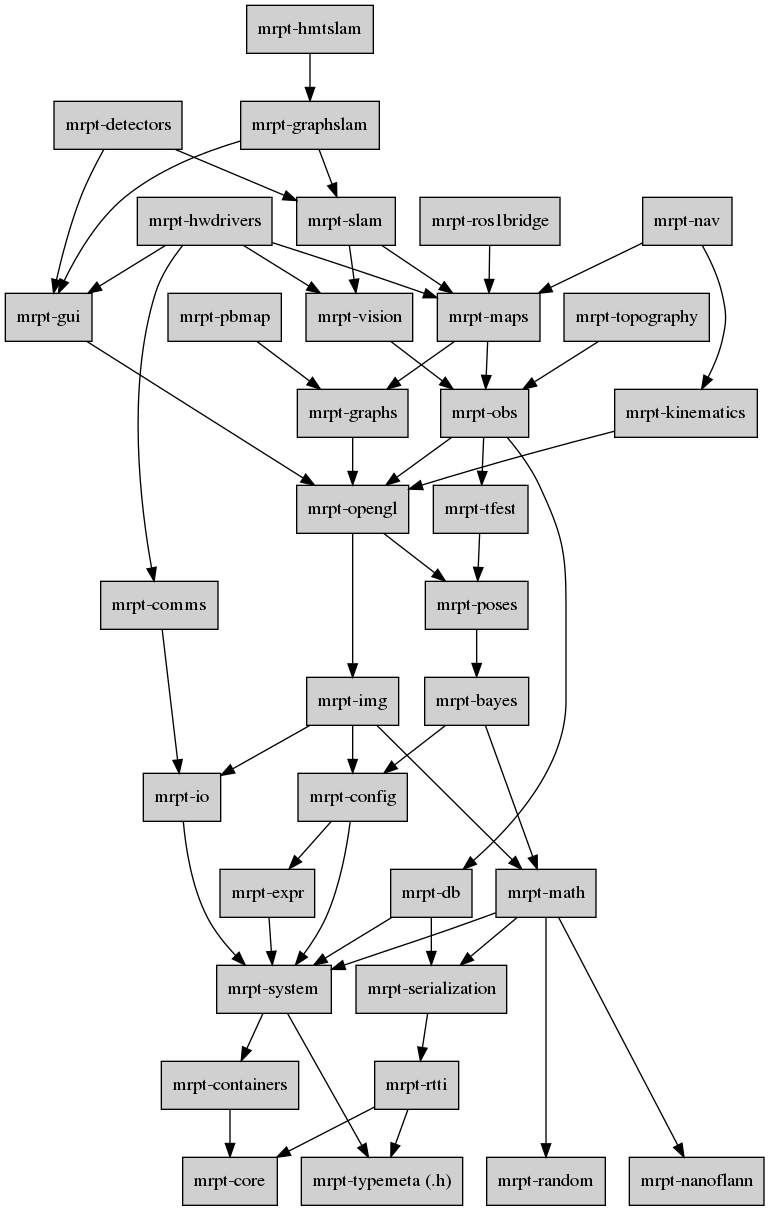
The Graphviz diagram doc/design_of_images/graph_mrpt_libs.png in MRPT/mrpt, before a commit. Its source is kept beside it as doc/design_of_images/graph_mrpt_libs.dot.
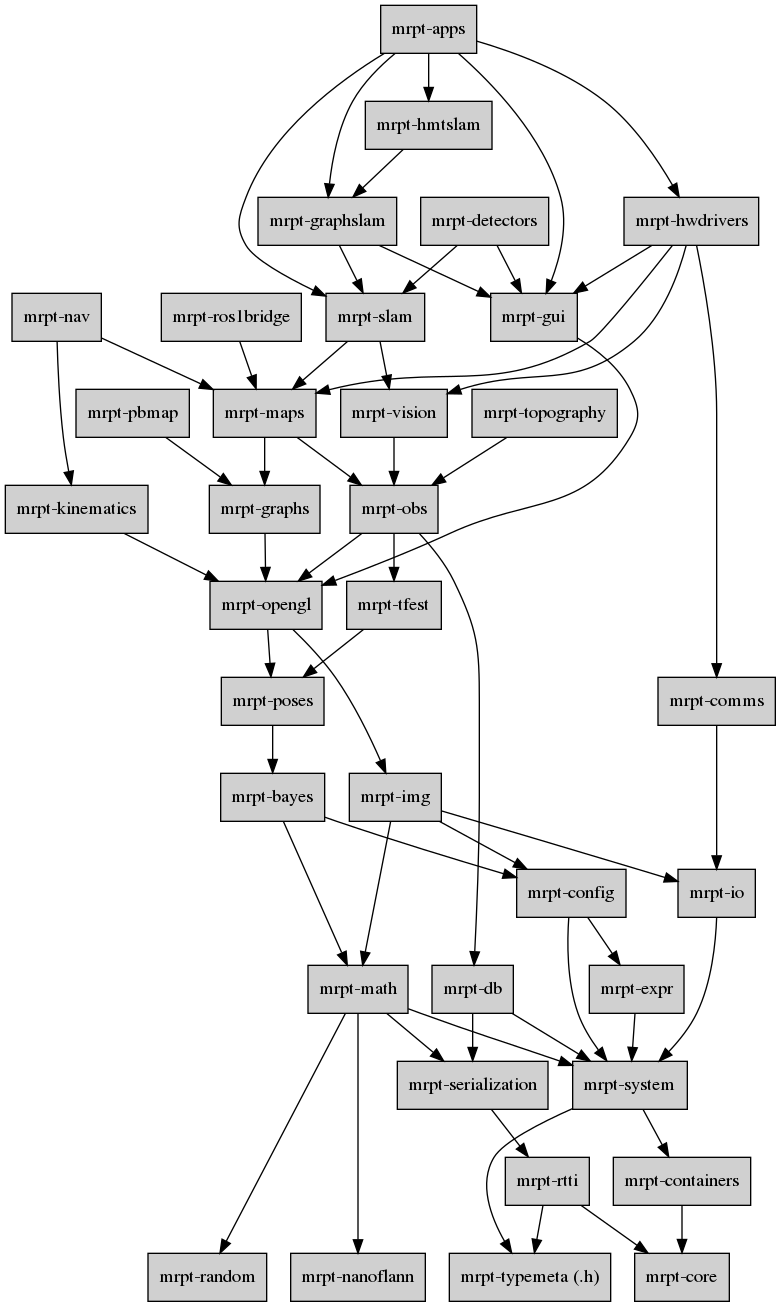
After the commit.

Commit message:
Update libs graph: include mrpt-apps

What changed in the source:
```diff
@@ -1,6 +1,13 @@
 digraph MRPT_LIBS {
 
 	node [shape=box,style=filled, fillcolor="#D0D0D0"];
+
+	apps [label="mrpt-apps",URL="group__mrpt__bayes__grp.html"];
+	apps -> gui;
+	apps -> slam;
+	apps -> hwdrivers;
+	apps -> graphslam;
+	apps -> hmtslam;
 
 	bayes [label="mrpt-bayes",URL="group__mrpt__bayes__grp.html"];
 	bayes -> math;
```
